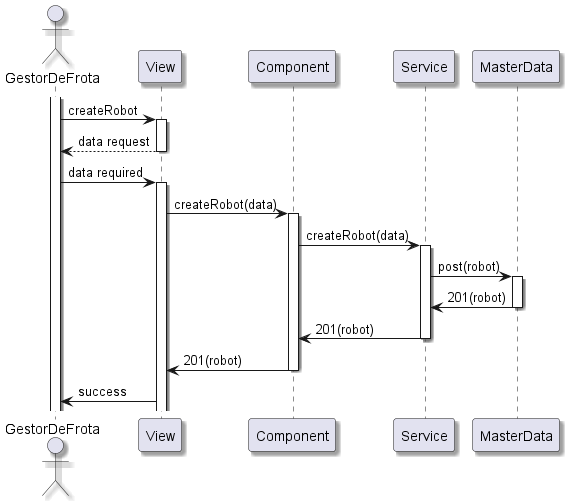
The PlantUML diagram docs/SprintB/1210913/us1010/us1010-NVL3.png in pedrocmesquita/RobDroneGo, before a commit. Source of this version:
```plantuml
@startuml
skinparam handwritten false
skinparam monochrome false
skinparam packageStyle rect
skinparam defaultFontName FG Virgil
skinparam shadowing true

actor GestorDeFrota as GestorDeFrota

activate GestorDeFrota
GestorDeFrota -> View: createRobot
activate View
View --> GestorDeFrota: data request
deactivate View
GestorDeFrota -> View: data required
activate View
View -> Component: createRobot(data)
activate Component
Component -> Service: createRobot(data)
activate Service
Service -> MasterData: post(robot)
activate MasterData
MasterData -> Service: 201(robot)
deactivate MasterData
Service -> Component: 201(robot)
deactivate Service
Component -> View: 201(robot)
deactivate Component
View -> GestorDeFrota: success

@enduml
```
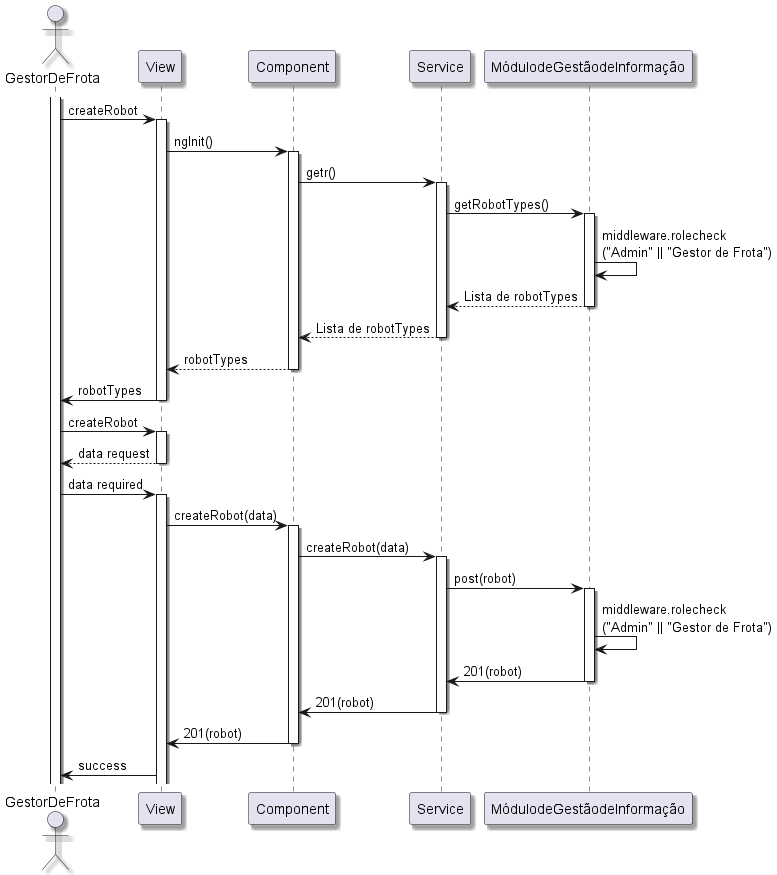
Above is the later version.

The edit, as a diff of the source:
```diff
@@ -10,6 +10,28 @@
 activate GestorDeFrota
 GestorDeFrota -> View: createRobot
 activate View
+View -> Component: ngInit()
+activate Component
+Component -> Service: getr()
+activate Service
+Service -> MódulodeGestãodeInformação : getRobotTypes()
+activate MódulodeGestãodeInformação
+MódulodeGestãodeInformação -> MódulodeGestãodeInformação: middleware.rolecheck\n("Admin" || "Gestor de Frota")
+MódulodeGestãodeInformação --> Service : Lista de robotTypes
+deactivate MódulodeGestãodeInformação
+Service --> Component : Lista de robotTypes
+deactivate Service
+Component --> View : robotTypes
+deactivate Component
+View -> GestorDeFrota: robotTypes
+deactivate View
+
+
+
+
+
+GestorDeFrota -> View: createRobot
+activate View
 View --> GestorDeFrota: data request
 deactivate View
 GestorDeFrota -> View: data required
@@ -18,10 +40,11 @@
 activate Component
 Component -> Service: createRobot(data)
 activate Service
-Service -> MasterData: post(robot)
-activate MasterData
-MasterData -> Service: 201(robot)
-deactivate MasterData
+Service -> MódulodeGestãodeInformação: post(robot)
+activate MódulodeGestãodeInformação
+MódulodeGestãodeInformação -> MódulodeGestãodeInformação: middleware.rolecheck\n("Admin" || "Gestor de Frota")
+MódulodeGestãodeInformação -> Service: 201(robot)
+deactivate MódulodeGestãodeInformação
 Service -> Component: 201(robot)
 deactivate Service
 Component -> View: 201(robot)
```
